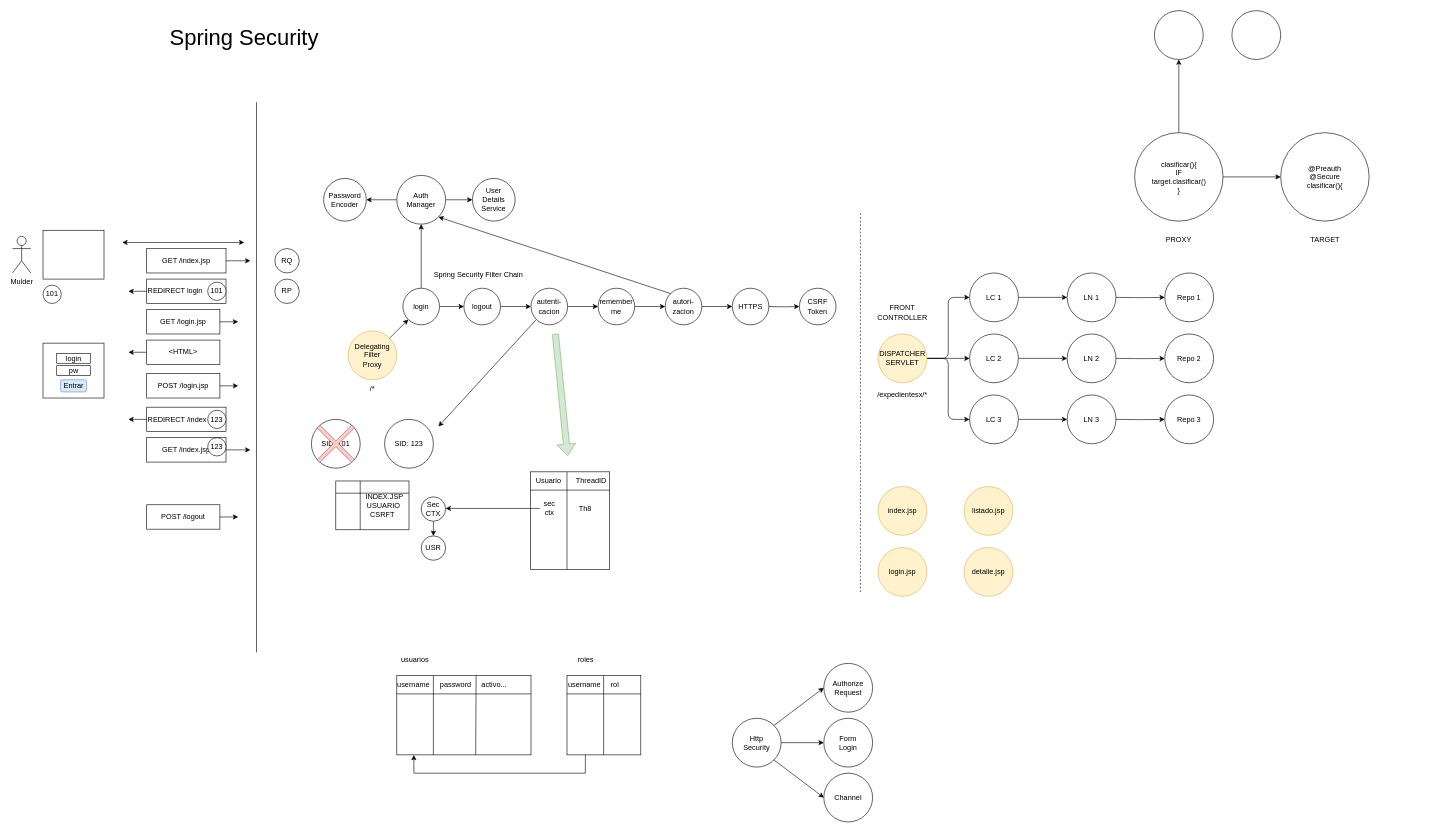
The draw.io diagram page "Página-20" (23 of 34) of seguridad.drawio in lrag/seguridad_java, before the edit. Source tidied: cells renumbered, new cells numbered last; positions are measured from the earlier drawing's top-left corner, leaving out a move shared by most shapes. Both pictures are drawn from the tidied source at 61%, with x=0, y=0 at pixel (12, 10).
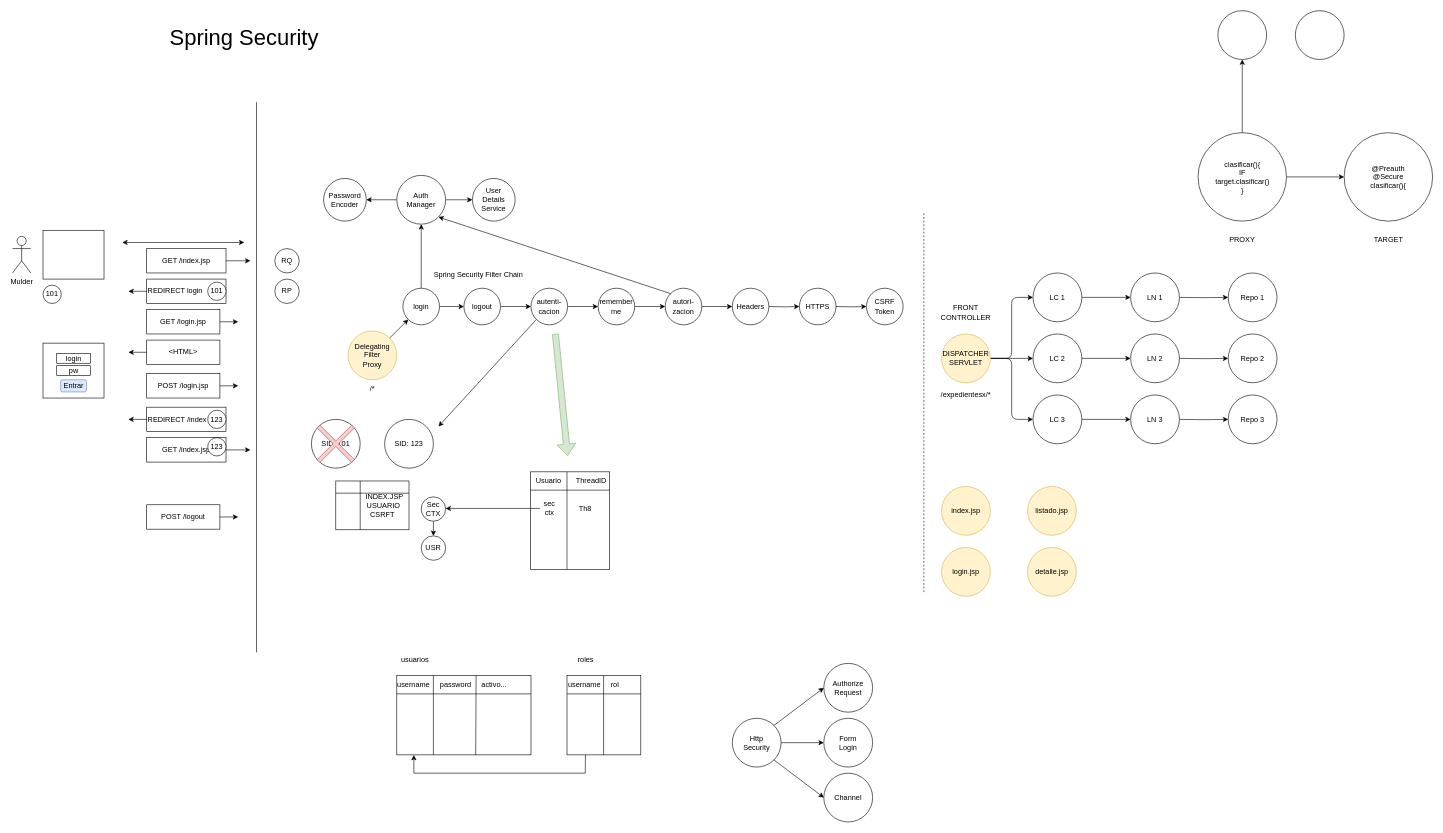
The same page after the edit.

Change to the diagram source:
```diff
@@
     <mxCell id="5" value="DISPATCHER&lt;br&gt;SERVLET" style="ellipse;whiteSpace=wrap;html=1;fillColor=#fff2cc;strokeColor=#d6b656;" parent="1" vertex="1">
-      <mxGeometry x="1419" y="530" width="80" height="80" as="geometry" />
+      <mxGeometry x="1523" y="530" width="80" height="80" as="geometry" />
     </mxCell>
@@
     <mxCell id="7" value="LC 1" style="ellipse;whiteSpace=wrap;html=1;" parent="1" vertex="1">
-      <mxGeometry x="1569" y="430" width="80" height="80" as="geometry" />
+      <mxGeometry x="1673" y="430" width="80" height="80" as="geometry" />
     </mxCell>
@@
     <mxCell id="9" value="LC 2" style="ellipse;whiteSpace=wrap;html=1;" parent="1" vertex="1">
-      <mxGeometry x="1569" y="530" width="80" height="80" as="geometry" />
+      <mxGeometry x="1673" y="530" width="80" height="80" as="geometry" />
     </mxCell>
@@
     <mxCell id="11" value="LC 3" style="ellipse;whiteSpace=wrap;html=1;" parent="1" vertex="1">
-      <mxGeometry x="1569" y="630" width="80" height="80" as="geometry" />
+      <mxGeometry x="1673" y="630" width="80" height="80" as="geometry" />
     </mxCell>
     <mxCell id="12" value="LN 1" style="ellipse;whiteSpace=wrap;html=1;" parent="1" vertex="1">
-      <mxGeometry x="1729" y="430" width="80" height="80" as="geometry" />
+      <mxGeometry x="1833" y="430" width="80" height="80" as="geometry" />
     </mxCell>
     <mxCell id="13" value="LN 2" style="ellipse;whiteSpace=wrap;html=1;" parent="1" vertex="1">
-      <mxGeometry x="1729" y="530" width="80" height="80" as="geometry" />
+      <mxGeometry x="1833" y="530" width="80" height="80" as="geometry" />
     </mxCell>
     <mxCell id="14" value="LN 3" style="ellipse;whiteSpace=wrap;html=1;" parent="1" vertex="1">
-      <mxGeometry x="1729" y="630" width="80" height="80" as="geometry" />
+      <mxGeometry x="1833" y="630" width="80" height="80" as="geometry" />
     </mxCell>
@@
     <mxCell id="21" value="index.jsp" style="ellipse;whiteSpace=wrap;html=1;fillColor=#fff2cc;strokeColor=#d6b656;" parent="1" vertex="1">
-      <mxGeometry x="1419" y="780" width="80" height="80" as="geometry" />
+      <mxGeometry x="1523" y="780" width="80" height="80" as="geometry" />
     </mxCell>
@@
     <mxCell id="46" value="@Preauth&lt;br&gt;@Secure&lt;br&gt;clasificar(){" style="ellipse;whiteSpace=wrap;html=1;" parent="1" vertex="1">
-      <mxGeometry x="2079" y="200" width="145" height="145" as="geometry" />
+      <mxGeometry x="2183" y="200" width="145" height="145" as="geometry" />
     </mxCell>
@@
     <mxCell id="49" value="clasificar(){&lt;br&gt;IF&lt;br&gt;target.clasificar()&lt;br&gt;}" style="ellipse;whiteSpace=wrap;html=1;" parent="1" vertex="1">
-      <mxGeometry x="1839.5" y="200" width="145" height="145" as="geometry" />
+      <mxGeometry x="1943.5" y="200" width="145" height="145" as="geometry" />
     </mxCell>
     <mxCell id="50" value="PROXY" style="text;html=1;strokeColor=none;fillColor=none;align=center;verticalAlign=middle;whiteSpace=wrap;rounded=0;" parent="1" vertex="1">
-      <mxGeometry x="1882" y="360" width="60" height="30" as="geometry" />
+      <mxGeometry x="1986" y="360" width="60" height="30" as="geometry" />
     </mxCell>
     <mxCell id="51" value="TARGET" style="text;html=1;strokeColor=none;fillColor=none;align=center;verticalAlign=middle;whiteSpace=wrap;rounded=0;" parent="1" vertex="1">
-      <mxGeometry x="2121.5" y="360" width="60" height="30" as="geometry" />
+      <mxGeometry x="2225.5" y="360" width="60" height="30" as="geometry" />
     </mxCell>
     <mxCell id="52" style="ellipse;whiteSpace=wrap;html=1;" parent="1" vertex="1">
-      <mxGeometry x="1872" width="80" height="80" as="geometry" />
+      <mxGeometry x="1976" width="80" height="80" as="geometry" />
     </mxCell>
     <mxCell id="53" style="ellipse;whiteSpace=wrap;html=1;" parent="1" vertex="1">
-      <mxGeometry x="1999" width="80" height="80" as="geometry" />
+      <mxGeometry x="2103" width="80" height="80" as="geometry" />
     </mxCell>
     <mxCell id="54" value="FRONT&lt;br&gt;CONTROLLER" style="text;html=1;strokeColor=none;fillColor=none;align=center;verticalAlign=middle;whiteSpace=wrap;rounded=0;" parent="1" vertex="1">
-      <mxGeometry x="1429" y="480" width="60" height="30" as="geometry" />
+      <mxGeometry x="1533" y="480" width="60" height="30" as="geometry" />
     </mxCell>
@@
     <mxCell id="57" value="login.jsp" style="ellipse;whiteSpace=wrap;html=1;fillColor=#fff2cc;strokeColor=#d6b656;" parent="1" vertex="1">
-      <mxGeometry x="1419" y="880" width="80" height="80" as="geometry" />
+      <mxGeometry x="1523" y="880" width="80" height="80" as="geometry" />
     </mxCell>
@@
-    <mxCell id="70" value="HTTPS" style="ellipse;whiteSpace=wrap;html=1;" parent="1" vertex="1">
+    <mxCell id="70" value="Headers" style="ellipse;whiteSpace=wrap;html=1;" parent="1" vertex="1">
       <mxGeometry x="1180" y="455" width="60" height="60" as="geometry" />
     </mxCell>
@@
     <mxCell id="75" style="endArrow=none;dashed=1;html=1;rounded=0;" parent="1" edge="1">
       <mxGeometry relative="1" as="geometry">
-        <mxPoint x="1390" y="953.2" as="sourcePoint" />
-        <mxPoint x="1390" y="330" as="targetPoint" />
+        <mxPoint x="1494" y="953.2" as="sourcePoint" />
+        <mxPoint x="1494" y="330" as="targetPoint" />
       </mxGeometry>
     </mxCell>
@@
     <mxCell id="85" value="listado.jsp" style="ellipse;whiteSpace=wrap;html=1;fillColor=#fff2cc;strokeColor=#d6b656;" parent="1" vertex="1">
-      <mxGeometry x="1560" y="780" width="80" height="80" as="geometry" />
+      <mxGeometry x="1664" y="780" width="80" height="80" as="geometry" />
     </mxCell>
     <mxCell id="86" value="detalle.jsp" style="ellipse;whiteSpace=wrap;html=1;fillColor=#fff2cc;strokeColor=#d6b656;" parent="1" vertex="1">
-      <mxGeometry x="1560" y="880" width="80" height="80" as="geometry" />
+      <mxGeometry x="1664" y="880" width="80" height="80" as="geometry" />
     </mxCell>
@@
-    <mxCell id="89" value="CSRF&lt;br&gt;Token" style="ellipse;whiteSpace=wrap;html=1;" parent="1" vertex="1">
+    <mxCell id="89" value="HTTPS" style="ellipse;whiteSpace=wrap;html=1;" parent="1" vertex="1">
       <mxGeometry x="1290" y="455" width="60" height="60" as="geometry" />
     </mxCell>
@@
     <mxCell id="91" value="/expedientesx/*" style="text;html=1;strokeColor=none;fillColor=none;align=center;verticalAlign=middle;whiteSpace=wrap;rounded=0;" parent="1" vertex="1">
-      <mxGeometry x="1429" y="615" width="60" height="30" as="geometry" />
+      <mxGeometry x="1533" y="615" width="60" height="30" as="geometry" />
     </mxCell>
@@
     <mxCell id="108" style="edgeStyle=orthogonalEdgeStyle;rounded=1;jettySize=auto;html=1;entryX=0;entryY=0.5;entryDx=0;entryDy=0;" parent="1" edge="1" target="111">
       <mxGeometry relative="1" as="geometry">
-        <mxPoint x="1809" y="470" as="sourcePoint" />
+        <mxPoint x="1913" y="470" as="sourcePoint" />
       </mxGeometry>
     </mxCell>
     <mxCell id="109" style="edgeStyle=orthogonalEdgeStyle;rounded=1;jettySize=auto;html=1;" parent="1" edge="1" target="112">
       <mxGeometry relative="1" as="geometry">
-        <mxPoint x="1809" y="570" as="sourcePoint" />
+        <mxPoint x="1913" y="570" as="sourcePoint" />
       </mxGeometry>
     </mxCell>
     <mxCell id="110" style="edgeStyle=orthogonalEdgeStyle;rounded=1;jettySize=auto;html=1;entryX=0;entryY=0.5;entryDx=0;entryDy=0;" parent="1" edge="1" target="113">
       <mxGeometry relative="1" as="geometry">
-        <mxPoint x="1809" y="670" as="sourcePoint" />
+        <mxPoint x="1913" y="670" as="sourcePoint" />
       </mxGeometry>
     </mxCell>
     <mxCell id="111" value="Repo 1" style="ellipse;whiteSpace=wrap;html=1;" parent="1" vertex="1">
-      <mxGeometry x="1889" y="430" width="80" height="80" as="geometry" />
+      <mxGeometry x="1993" y="430" width="80" height="80" as="geometry" />
     </mxCell>
     <mxCell id="112" value="Repo 2" style="ellipse;whiteSpace=wrap;html=1;" parent="1" vertex="1">
-      <mxGeometry x="1889" y="530" width="80" height="80" as="geometry" />
+      <mxGeometry x="1993" y="530" width="80" height="80" as="geometry" />
     </mxCell>
     <mxCell id="113" value="Repo 3" style="ellipse;whiteSpace=wrap;html=1;" parent="1" vertex="1">
-      <mxGeometry x="1889" y="630" width="80" height="80" as="geometry" />
+      <mxGeometry x="1993" y="630" width="80" height="80" as="geometry" />
     </mxCell>
@@
+    <mxCell id="121" style="edgeStyle=orthogonalEdgeStyle;rounded=0;jettySize=auto;html=1;fontSize=18;" parent="1" edge="1" target="122">
+      <mxGeometry relative="1" as="geometry">
+        <mxPoint x="1350" y="485" as="sourcePoint" />
+      </mxGeometry>
+    </mxCell>
+    <mxCell id="122" value="CSRF&lt;br&gt;Token" style="ellipse;whiteSpace=wrap;html=1;" parent="1" vertex="1">
+      <mxGeometry x="1400" y="455" width="60" height="60" as="geometry" />
+    </mxCell>
```
